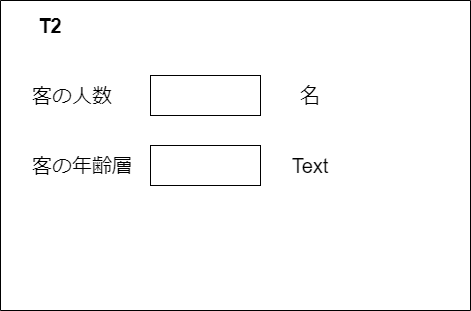
Above: psp4/画面項目図_新規客情報入力画面.drawio.png in MasakiHiguchi/--- (draw.io), before the change. Source tidied: cells renumbered, new cells last; positions are measured from the earlier drawing's top-left corner, leaving out a move shared by most shapes. Its diagram source:
```xml
<mxGraphModel>
  <root>
    <mxCell id="0" />
    <mxCell id="1" parent="0" />
    <mxCell id="2" style="swimlane;startSize=0;" parent="1" vertex="1">
      <mxGeometry width="470" height="310" as="geometry" />
    </mxCell>
    <mxCell id="3" value="&lt;font style=&quot;font-size: 20px;&quot;&gt;&lt;b&gt;T2&lt;/b&gt;&lt;/font&gt;" style="text;html=1;strokeColor=none;fillColor=none;align=center;verticalAlign=middle;whiteSpace=wrap;rounded=0;" parent="2" vertex="1">
      <mxGeometry x="20" y="10" width="60" height="30" as="geometry" />
    </mxCell>
    <mxCell id="4" value="客の人数" style="text;html=1;strokeColor=none;fillColor=none;align=left;verticalAlign=middle;whiteSpace=wrap;rounded=0;fontSize=20;" parent="2" vertex="1">
      <mxGeometry x="30" y="80" width="100" height="30" as="geometry" />
    </mxCell>
    <mxCell id="5" value="客の年齢層" style="text;html=1;strokeColor=none;fillColor=none;align=left;verticalAlign=middle;whiteSpace=wrap;rounded=0;fontSize=20;" parent="2" vertex="1">
      <mxGeometry x="30" y="150" width="110" height="30" as="geometry" />
    </mxCell>
    <mxCell id="6" style="rounded=0;whiteSpace=wrap;html=1;fontSize=20;" parent="2" vertex="1">
      <mxGeometry x="150" y="75" width="110" height="40" as="geometry" />
    </mxCell>
    <mxCell id="7" style="rounded=0;whiteSpace=wrap;html=1;fontSize=20;" parent="2" vertex="1">
      <mxGeometry x="150" y="145" width="110" height="40" as="geometry" />
    </mxCell>
    <mxCell id="8" value="名" style="text;html=1;strokeColor=none;fillColor=none;align=center;verticalAlign=middle;whiteSpace=wrap;rounded=0;fontSize=20;" parent="2" vertex="1">
      <mxGeometry x="280" y="80" width="60" height="30" as="geometry" />
    </mxCell>
    <mxCell id="9" value="Text" style="text;html=1;strokeColor=none;fillColor=none;align=center;verticalAlign=middle;whiteSpace=wrap;rounded=0;fontSize=20;" parent="2" vertex="1">
      <mxGeometry x="280" y="150" width="60" height="30" as="geometry" />
    </mxCell>
  </root>
</mxGraphModel>
```
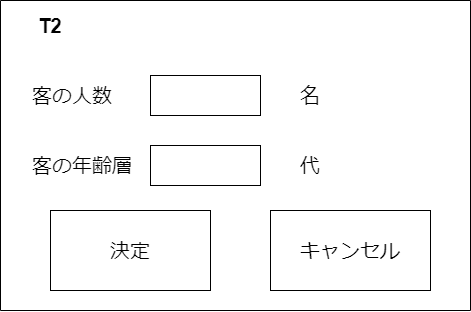
The same file after the commit.

Commit message:
ボタン追加

The edit, as a diff of the source:
```diff
@@ -23,8 +23,14 @@
     <mxCell id="8" value="名" style="text;html=1;strokeColor=none;fillColor=none;align=center;verticalAlign=middle;whiteSpace=wrap;rounded=0;fontSize=20;" parent="2" vertex="1">
       <mxGeometry x="280" y="80" width="60" height="30" as="geometry" />
     </mxCell>
-    <mxCell id="9" value="Text" style="text;html=1;strokeColor=none;fillColor=none;align=center;verticalAlign=middle;whiteSpace=wrap;rounded=0;fontSize=20;" parent="2" vertex="1">
-      <mxGeometry x="280" y="150" width="60" height="30" as="geometry" />
-    </mxCell>
+    <mxCell id="10" value="&lt;font style=&quot;font-size: 20px;&quot;&gt;決定&lt;/font&gt;" style="rounded=0;whiteSpace=wrap;html=1;" parent="2" vertex="1">
+      <mxGeometry x="50" y="210" width="160" height="80" as="geometry" />
+    </mxCell>
+    <mxCell id="11" value="&lt;span style=&quot;font-size: 20px;&quot;&gt;キャンセル&lt;/span&gt;" style="rounded=0;whiteSpace=wrap;html=1;" parent="2" vertex="1">
+      <mxGeometry x="270" y="210" width="160" height="80" as="geometry" />
+    </mxCell>
+    <mxCell id="12" value="代" style="text;html=1;strokeColor=none;fillColor=none;align=center;verticalAlign=middle;whiteSpace=wrap;rounded=0;fontSize=20;" parent="2" vertex="1">
+      <mxGeometry x="280" y="150" width="60" height="30" as="geometry" />
+    </mxCell>
   </root>
 </mxGraphModel>
```
